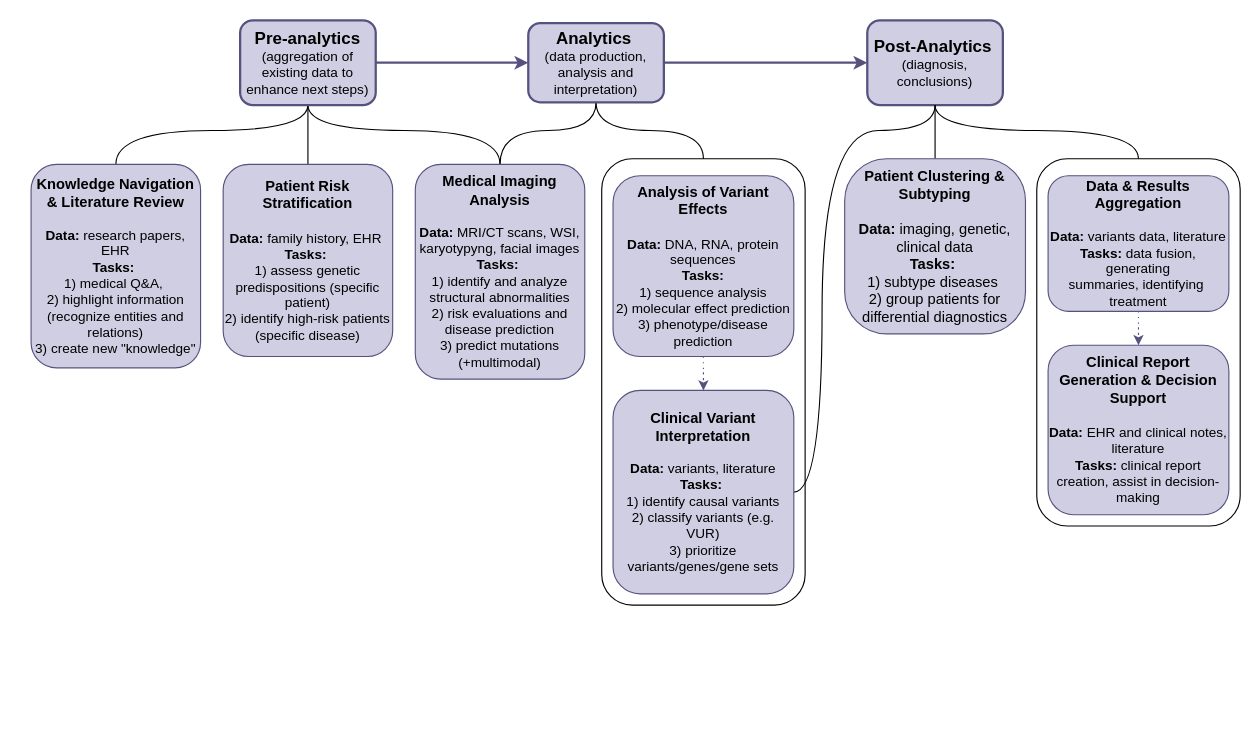
TohaRhymes/llm_in_diagnostics keeps this draw.io diagram as imgs/LLM_medical_v4.drawio. Above is the earlier version. Source tidied: cells renumbered, new cells numbered last; positions are measured from the earlier drawing's top-left corner, leaving out a move shared by most shapes. Both pictures are drawn from the tidied source at 113%, with x=0, y=0 at pixel (31, 19).
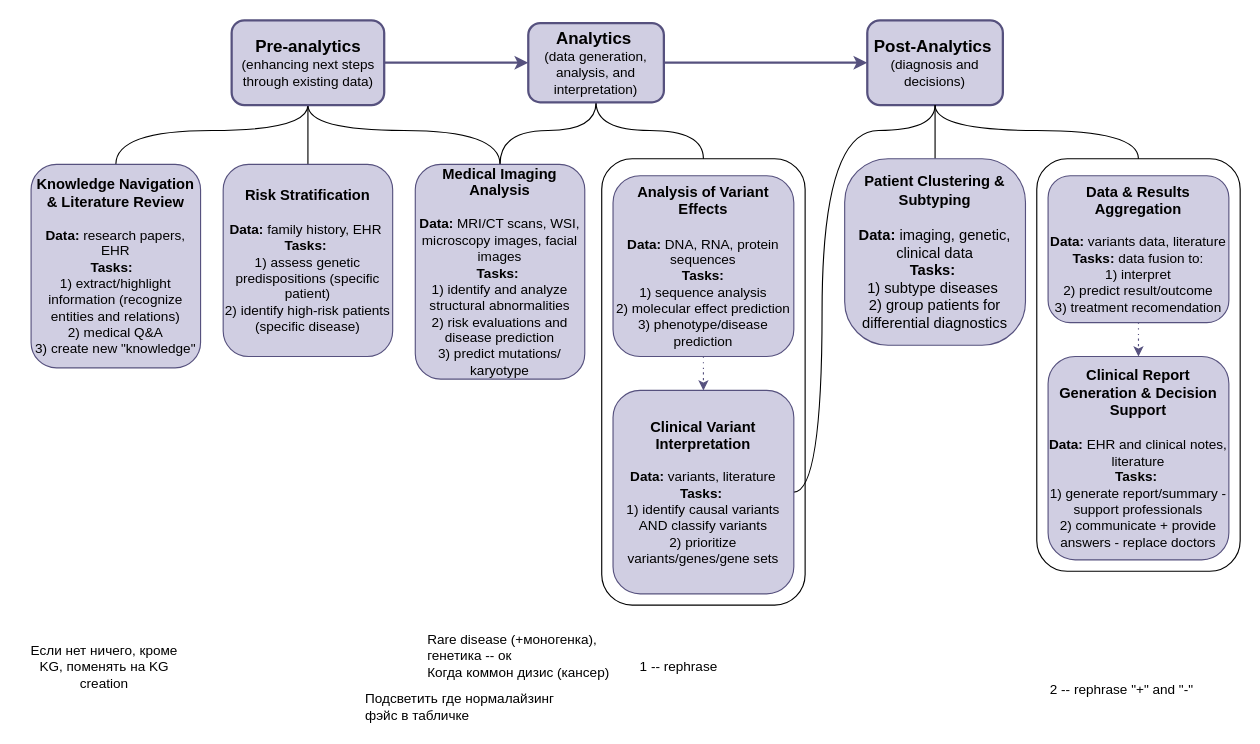
Above is the later version.

What changed in the source:
```diff
@@
-    <mxCell id="6" value="&lt;b&gt;&lt;font style=&quot;font-size: 15px;&quot;&gt;Analytics&lt;/font&gt;&lt;/b&gt;&amp;nbsp;&lt;div&gt;(data production, analysis and interpretation)&lt;/div&gt;" style="whiteSpace=wrap;html=1;fillColor=#d0cee2;strokeColor=#56517e;rounded=1;strokeWidth=2;" parent="1" vertex="1">
+    <mxCell id="6" value="&lt;b&gt;&lt;font style=&quot;font-size: 15px;&quot;&gt;Analytics&lt;/font&gt;&lt;/b&gt;&amp;nbsp;&lt;div&gt;(data generation, analysis, and interpretation)&lt;/div&gt;" style="whiteSpace=wrap;html=1;fillColor=#d0cee2;strokeColor=#56517e;rounded=1;strokeWidth=2;" parent="1" vertex="1">
       <mxGeometry x="440" y="3" width="120" height="70" as="geometry" />
     </mxCell>
@@
-    <mxCell id="8" value="&lt;font style=&quot;font-size: 15px;&quot;&gt;&lt;b&gt;Post-Analytics&lt;/b&gt;&lt;/font&gt;&amp;nbsp;&lt;div&gt;(diagnosis, conclusions)&lt;/div&gt;" style="rounded=1;whiteSpace=wrap;html=1;fillColor=#d0cee2;strokeColor=#56517e;strokeWidth=2;" parent="1" vertex="1">
+    <mxCell id="8" value="&lt;font style=&quot;font-size: 15px;&quot;&gt;&lt;b&gt;Post-Analytics&lt;/b&gt;&lt;/font&gt;&amp;nbsp;&lt;div&gt;(diagnosis and decisions)&lt;/div&gt;" style="rounded=1;whiteSpace=wrap;html=1;fillColor=#d0cee2;strokeColor=#56517e;strokeWidth=2;" parent="1" vertex="1">
       <mxGeometry x="740" y="0.5" width="120" height="75" as="geometry" />
     </mxCell>
@@
-    <mxCell id="12" value="&lt;b&gt;&lt;font style=&quot;font-size: 15px;&quot;&gt;Pre-analytics&lt;/font&gt;&lt;/b&gt;&lt;div&gt;&lt;font style=&quot;font-size: 12px;&quot;&gt;(aggregation of existing data to enhance next steps)&lt;/font&gt;&lt;/div&gt;" style="rounded=1;whiteSpace=wrap;html=1;fillColor=#d0cee2;strokeColor=#56517e;strokeWidth=2;" parent="1" vertex="1">
-      <mxGeometry x="185" y="0.5" width="120" height="75" as="geometry" />
+    <mxCell id="12" value="&lt;b&gt;&lt;font style=&quot;font-size: 15px;&quot;&gt;Pre-analytics&lt;/font&gt;&lt;/b&gt;&lt;div&gt;&lt;font style=&quot;font-size: 12px;&quot;&gt;(enhancing next steps through existing data)&lt;/font&gt;&lt;/div&gt;" style="rounded=1;whiteSpace=wrap;html=1;fillColor=#d0cee2;strokeColor=#56517e;strokeWidth=2;" parent="1" vertex="1">
+      <mxGeometry x="177.5" y="0.5" width="135" height="75" as="geometry" />
     </mxCell>
-    <mxCell id="13" value="&lt;div&gt;&lt;span style=&quot;font-size: 13px;&quot;&gt;&lt;b&gt;Patient Risk Stratification&lt;/b&gt;&lt;/span&gt;&lt;br&gt;&lt;/div&gt;&lt;div&gt;&lt;span style=&quot;font-size: 13px;&quot;&gt;&lt;b&gt;&lt;br&gt;&lt;/b&gt;&lt;/span&gt;&lt;/div&gt;&lt;div&gt;&lt;b&gt;Data:&lt;/b&gt;&amp;nbsp;&lt;span style=&quot;background-color: transparent;&quot;&gt;family history,&amp;nbsp;&lt;/span&gt;&lt;span style=&quot;background-color: transparent;&quot;&gt;EHR&amp;nbsp;&lt;/span&gt;&lt;/div&gt;&lt;div&gt;&lt;b&gt;Tasks:&amp;nbsp;&lt;/b&gt;&lt;/div&gt;&lt;div&gt;&lt;span style=&quot;background-color: transparent;&quot;&gt;1) assess genetic predispositions (specific patient)&lt;/span&gt;&lt;/div&gt;&lt;div&gt;&lt;span style=&quot;background-color: initial;&quot;&gt;2) identify high-risk patients (specific disease)&lt;br&gt;&lt;/span&gt;&lt;/div&gt;" style="whiteSpace=wrap;html=1;fillColor=#d0cee2;strokeColor=#56517e;rounded=1;" parent="1" vertex="1">
+    <mxCell id="13" value="&lt;div&gt;&lt;span style=&quot;font-size: 13px;&quot;&gt;&lt;b&gt;Risk Stratification&lt;/b&gt;&lt;/span&gt;&lt;br&gt;&lt;/div&gt;&lt;div&gt;&lt;span style=&quot;font-size: 13px;&quot;&gt;&lt;b&gt;&lt;br&gt;&lt;/b&gt;&lt;/span&gt;&lt;/div&gt;&lt;div&gt;&lt;b&gt;Data:&lt;/b&gt;&amp;nbsp;&lt;span style=&quot;background-color: transparent;&quot;&gt;family history,&amp;nbsp;&lt;/span&gt;&lt;span style=&quot;background-color: transparent;&quot;&gt;EHR&amp;nbsp;&lt;/span&gt;&lt;/div&gt;&lt;div&gt;&lt;b&gt;Tasks:&amp;nbsp;&lt;/b&gt;&lt;/div&gt;&lt;div&gt;&lt;span style=&quot;background-color: transparent;&quot;&gt;1) assess genetic predispositions (specific patient)&lt;/span&gt;&lt;/div&gt;&lt;div&gt;&lt;span style=&quot;background-color: initial;&quot;&gt;2) identify high-risk patients (specific disease)&lt;br&gt;&lt;/span&gt;&lt;/div&gt;" style="whiteSpace=wrap;html=1;fillColor=#d0cee2;strokeColor=#56517e;rounded=1;" parent="1" vertex="1">
       <mxGeometry x="170" y="128" width="150" height="170" as="geometry" />
     </mxCell>
-    <mxCell id="14" value="&lt;span style=&quot;font-size: 13px;&quot;&gt;&lt;b&gt;Knowledge Navigation &amp;amp; Literature Review&lt;/b&gt;&lt;/span&gt;&lt;br&gt;&lt;div&gt;&lt;br&gt;&lt;/div&gt;&lt;div style=&quot;&quot;&gt;&lt;b&gt;Data:&lt;/b&gt;&amp;nbsp;&lt;span style=&quot;background-color: initial;&quot;&gt;research papers, EHR&lt;/span&gt;&lt;/div&gt;&lt;div style=&quot;&quot;&gt;&lt;span style=&quot;background-color: initial;&quot;&gt;&lt;b&gt;Tasks:&lt;/b&gt;&amp;nbsp;&lt;/span&gt;&lt;/div&gt;&lt;div style=&quot;&quot;&gt;&lt;span style=&quot;background-color: initial;&quot;&gt;1) medical Q&amp;amp;A,&amp;nbsp;&lt;/span&gt;&lt;/div&gt;&lt;div style=&quot;&quot;&gt;&lt;span style=&quot;background-color: initial;&quot;&gt;2) highlight information (recognize entities and relations)&lt;/span&gt;&lt;/div&gt;&lt;div style=&quot;&quot;&gt;&lt;span style=&quot;background-color: initial;&quot;&gt;3) create new &quot;knowledge&quot;&lt;/span&gt;&lt;/div&gt;" style="whiteSpace=wrap;html=1;fillColor=#d0cee2;strokeColor=#56517e;rounded=1;" parent="1" vertex="1">
+    <mxCell id="14" value="&lt;span style=&quot;font-size: 13px;&quot;&gt;&lt;b&gt;Knowledge Navigation &amp;amp; Literature Review&lt;/b&gt;&lt;/span&gt;&lt;br&gt;&lt;div&gt;&lt;br&gt;&lt;/div&gt;&lt;div style=&quot;&quot;&gt;&lt;b&gt;Data:&lt;/b&gt;&amp;nbsp;&lt;span style=&quot;background-color: initial;&quot;&gt;research papers, EHR&lt;/span&gt;&lt;/div&gt;&lt;div style=&quot;&quot;&gt;&lt;span style=&quot;background-color: initial;&quot;&gt;&lt;b&gt;Tasks:&lt;/b&gt;&amp;nbsp;&lt;/span&gt;&lt;span style=&quot;background-color: initial;&quot;&gt;&amp;nbsp;&lt;/span&gt;&lt;/div&gt;&lt;div style=&quot;&quot;&gt;&lt;span style=&quot;background-color: initial;&quot;&gt;1) extract/highlight information (recognize entities and relations)&lt;/span&gt;&lt;/div&gt;2) medical Q&amp;amp;A&lt;div style=&quot;&quot;&gt;&lt;span style=&quot;background-color: initial;&quot;&gt;3) create new &quot;knowledge&quot;&lt;/span&gt;&lt;/div&gt;" style="whiteSpace=wrap;html=1;fillColor=#d0cee2;strokeColor=#56517e;rounded=1;" parent="1" vertex="1">
       <mxGeometry y="128" width="150" height="180" as="geometry" />
     </mxCell>
@@
-    <mxCell id="17" value="&lt;span style=&quot;font-size: 13px;&quot;&gt;&lt;b&gt;Clinical Variant Interpretation&lt;/b&gt;&lt;/span&gt;&lt;br&gt;&lt;div&gt;&lt;div&gt;&lt;br&gt;&lt;/div&gt;&lt;div&gt;&lt;b&gt;Data:&lt;/b&gt;&amp;nbsp;variants, literature&lt;/div&gt;&lt;div&gt;&lt;b&gt;Tasks:&lt;/b&gt;&amp;nbsp;&lt;/div&gt;&lt;div&gt;1) identify causal variants&lt;/div&gt;&lt;div&gt;2) classify variants (e.g. VUR)&lt;/div&gt;&lt;div&gt;3) prioritize variants/genes/gene sets&lt;/div&gt;&lt;/div&gt;" style="whiteSpace=wrap;html=1;fillColor=#d0cee2;strokeColor=#56517e;rounded=1;" parent="1" vertex="1">
+    <mxCell id="17" value="&lt;span style=&quot;font-size: 13px;&quot;&gt;&lt;b&gt;Clinical Variant Interpretation&lt;/b&gt;&lt;/span&gt;&lt;br&gt;&lt;div&gt;&lt;div&gt;&lt;br&gt;&lt;/div&gt;&lt;div&gt;&lt;b&gt;Data:&lt;/b&gt;&amp;nbsp;variants, literature&lt;/div&gt;&lt;div&gt;&lt;b&gt;Tasks:&lt;/b&gt;&amp;nbsp;&lt;/div&gt;&lt;div&gt;1) identify causal variants AND&lt;span style=&quot;background-color: transparent;&quot;&gt;&amp;nbsp;classify variants&lt;/span&gt;&lt;/div&gt;&lt;div&gt;2) prioritize variants/genes/gene sets&lt;/div&gt;&lt;/div&gt;" style="whiteSpace=wrap;html=1;fillColor=#d0cee2;strokeColor=#56517e;rounded=1;" parent="1" vertex="1">
       <mxGeometry x="515" y="328" width="160" height="180" as="geometry" />
     </mxCell>
-    <mxCell id="18" value="&lt;span style=&quot;font-size: 13px;&quot;&gt;&lt;b&gt;Medical Imaging Analysis&lt;/b&gt;&lt;/span&gt;&lt;br&gt;&lt;div&gt;&lt;div&gt;&lt;br&gt;&lt;/div&gt;&lt;div&gt;&lt;b&gt;Data:&lt;/b&gt;&amp;nbsp;MRI/CT scans, WSI, karyotypyng, facial images&lt;/div&gt;&lt;div&gt;&lt;b&gt;Tasks:&lt;/b&gt;&amp;nbsp;&lt;/div&gt;&lt;div&gt;1) identify and analyze structural abnormalities&lt;/div&gt;&lt;div&gt;2) risk evaluations and disease prediction&lt;/div&gt;&lt;/div&gt;&lt;div&gt;3) predict mutations (+multimodal)&lt;/div&gt;" style="whiteSpace=wrap;html=1;fillColor=#d0cee2;strokeColor=#56517e;rounded=1;" parent="1" vertex="1">
+    <mxCell id="18" value="&lt;span style=&quot;font-size: 13px;&quot;&gt;&lt;b&gt;Medical Imaging Analysis&lt;/b&gt;&lt;/span&gt;&lt;br&gt;&lt;div&gt;&lt;div&gt;&lt;br&gt;&lt;/div&gt;&lt;div&gt;&lt;b&gt;Data:&lt;/b&gt;&amp;nbsp;MRI/CT scans, WSI, microscopy images, facial images&lt;/div&gt;&lt;div&gt;&lt;b&gt;Tasks:&lt;/b&gt;&amp;nbsp;&lt;/div&gt;&lt;div&gt;1) identify and analyze structural abnormalities&lt;/div&gt;&lt;div&gt;2) risk evaluations and disease prediction&lt;/div&gt;&lt;/div&gt;&lt;div&gt;3) predict mutations/ karyotype&lt;/div&gt;" style="whiteSpace=wrap;html=1;fillColor=#d0cee2;strokeColor=#56517e;rounded=1;" parent="1" vertex="1">
       <mxGeometry x="340" y="128" width="150" height="190" as="geometry" />
     </mxCell>
@@
     <mxCell id="20" style="rounded=1;whiteSpace=wrap;html=1;" parent="1" vertex="1">
-      <mxGeometry x="890" y="123" width="180" height="325" as="geometry" />
+      <mxGeometry x="890" y="123" width="180" height="365" as="geometry" />
     </mxCell>
@@
-    <mxCell id="24" value="&lt;span style=&quot;font-size: 13px;&quot;&gt;&lt;b&gt;Data &amp;amp; Results Aggregation&lt;/b&gt;&lt;/span&gt;&lt;br&gt;&lt;div&gt;&lt;div&gt;&lt;br&gt;&lt;/div&gt;&lt;div&gt;&lt;b&gt;Data:&lt;/b&gt;&amp;nbsp;variants data, literature&lt;/div&gt;&lt;div&gt;&lt;b&gt;Tasks:&lt;/b&gt;&amp;nbsp;data fusion, generating summaries,&amp;nbsp;identifying&amp;nbsp; treatment&lt;/div&gt;&lt;/div&gt;" style="whiteSpace=wrap;html=1;fillColor=#d0cee2;strokeColor=#56517e;rounded=1;" parent="1" vertex="1">
-      <mxGeometry x="900" y="138" width="160" height="120" as="geometry" />
+    <mxCell id="24" value="&lt;span style=&quot;font-size: 13px;&quot;&gt;&lt;b&gt;Data &amp;amp; Results Aggregation&lt;/b&gt;&lt;/span&gt;&lt;br&gt;&lt;div&gt;&lt;div&gt;&lt;br&gt;&lt;/div&gt;&lt;div&gt;&lt;b&gt;Data:&lt;/b&gt;&amp;nbsp;variants data, literature&lt;/div&gt;&lt;div&gt;&lt;b&gt;Tasks:&lt;/b&gt;&amp;nbsp;data fusion to:&lt;/div&gt;&lt;div&gt;1) interpret&lt;/div&gt;&lt;div&gt;2) predict result/outcome&lt;/div&gt;&lt;div&gt;&lt;span style=&quot;background-color: transparent;&quot;&gt;3) treatment recomendation&lt;/span&gt;&lt;/div&gt;&lt;/div&gt;" style="whiteSpace=wrap;html=1;fillColor=#d0cee2;strokeColor=#56517e;rounded=1;" parent="1" vertex="1">
+      <mxGeometry x="900" y="138" width="160" height="130" as="geometry" />
     </mxCell>
-    <mxCell id="25" value="&lt;span style=&quot;font-size: 13px;&quot;&gt;&lt;b&gt;Clinical Report Generation &amp;amp; Decision Support&lt;/b&gt;&lt;/span&gt;&lt;br&gt;&lt;div style=&quot;&quot;&gt;&lt;div style=&quot;font-size: 13px;&quot;&gt;&lt;br&gt;&lt;/div&gt;&lt;div style=&quot;&quot;&gt;&lt;font style=&quot;font-size: 12px;&quot;&gt;&lt;b style=&quot;&quot;&gt;Data:&lt;/b&gt;&amp;nbsp;EHR and clinical notes, literature&lt;/font&gt;&lt;/div&gt;&lt;div style=&quot;&quot;&gt;&lt;font style=&quot;font-size: 12px;&quot;&gt;&lt;b style=&quot;&quot;&gt;Tasks:&lt;/b&gt;&amp;nbsp;clinical report creation, assist in decision-making&lt;/font&gt;&lt;/div&gt;&lt;/div&gt;" style="whiteSpace=wrap;html=1;fillColor=#d0cee2;strokeColor=#56517e;rounded=1;" parent="1" vertex="1">
-      <mxGeometry x="900" y="288" width="160" height="150" as="geometry" />
+    <mxCell id="25" value="&lt;span style=&quot;font-size: 13px;&quot;&gt;&lt;b&gt;Clinical Report Generation &amp;amp; Decision Support&lt;/b&gt;&lt;/span&gt;&lt;br&gt;&lt;div style=&quot;&quot;&gt;&lt;div style=&quot;font-size: 13px;&quot;&gt;&lt;br&gt;&lt;/div&gt;&lt;div style=&quot;&quot;&gt;&lt;font style=&quot;font-size: 12px;&quot;&gt;&lt;b style=&quot;&quot;&gt;Data:&lt;/b&gt;&amp;nbsp;EHR and clinical notes, literature&lt;/font&gt;&lt;/div&gt;&lt;div style=&quot;&quot;&gt;&lt;font style=&quot;font-size: 12px;&quot;&gt;&lt;b style=&quot;&quot;&gt;Tasks:&lt;/b&gt;&amp;nbsp;&lt;/font&gt;&lt;/div&gt;&lt;div style=&quot;&quot;&gt;&lt;font style=&quot;font-size: 12px;&quot;&gt;1) generate report/summary - support professionals&lt;/font&gt;&lt;/div&gt;&lt;div style=&quot;&quot;&gt;&lt;font style=&quot;font-size: 12px;&quot;&gt;2) communicate + provide answers - replace doctors&lt;/font&gt;&lt;/div&gt;&lt;/div&gt;" style="whiteSpace=wrap;html=1;fillColor=#d0cee2;strokeColor=#56517e;rounded=1;" parent="1" vertex="1">
+      <mxGeometry x="900" y="298" width="160" height="180" as="geometry" />
     </mxCell>
     <mxCell id="26" value="&lt;span style=&quot;font-size: 13px;&quot;&gt;&lt;b&gt;Patient Clustering &amp;amp; Subtyping&lt;/b&gt;&lt;/span&gt;&lt;br&gt;&lt;div style=&quot;font-size: 13px;&quot;&gt;&lt;div&gt;&lt;br&gt;&lt;/div&gt;&lt;div&gt;&lt;b&gt;Data:&lt;/b&gt;&amp;nbsp;imaging, genetic, clinical data&lt;/div&gt;&lt;div&gt;&lt;b&gt;Tasks:&lt;/b&gt;&amp;nbsp;&lt;/div&gt;&lt;div&gt;1) subtype diseases&amp;nbsp;&lt;/div&gt;&lt;div&gt;2) group patients for differential diagnostics&lt;/div&gt;&lt;/div&gt;" style="whiteSpace=wrap;html=1;fillColor=#d0cee2;strokeColor=#56517e;rounded=1;arcSize=24;" parent="1" vertex="1">
-      <mxGeometry x="720" y="123" width="160" height="155" as="geometry" />
+      <mxGeometry x="720" y="123" width="160" height="165" as="geometry" />
     </mxCell>
+    <mxCell id="27" value="Если нет ничего, кроме KG, поменять на KG creation" style="text;html=1;align=center;verticalAlign=middle;whiteSpace=wrap;rounded=0;" parent="1" vertex="1">
+      <mxGeometry x="-10" y="558" width="150" height="30" as="geometry" />
+    </mxCell>
+    <mxCell id="28" value="Rare disease (+моногенка), генетика -- ок&lt;div&gt;Когда коммон дизис (кансер)&amp;nbsp;&amp;nbsp;&lt;/div&gt;" style="text;html=1;align=left;verticalAlign=middle;whiteSpace=wrap;rounded=0;" parent="1" vertex="1">
+      <mxGeometry x="349" y="548" width="170" height="30" as="geometry" />
+    </mxCell>
+    <mxCell id="29" value="Подсветить где нормалайзинг фэйс в табличке" style="text;html=1;align=left;verticalAlign=middle;whiteSpace=wrap;rounded=0;" parent="1" vertex="1">
+      <mxGeometry x="294" y="593" width="170" height="30" as="geometry" />
+    </mxCell>
+    <mxCell id="30" value="1 -- rephrase" style="text;html=1;align=left;verticalAlign=middle;whiteSpace=wrap;rounded=0;" parent="1" vertex="1">
+      <mxGeometry x="537" y="558" width="170" height="30" as="geometry" />
+    </mxCell>
+    <mxCell id="31" value="2 -- rephrase &quot;+&quot; and &quot;-&quot;" style="text;html=1;align=left;verticalAlign=middle;whiteSpace=wrap;rounded=0;" parent="1" vertex="1">
+      <mxGeometry x="900" y="578" width="170" height="30" as="geometry" />
+    </mxCell>
+    <mxCell id="32" style="edgeStyle=orthogonalEdgeStyle;rounded=0;orthogonalLoop=1;jettySize=auto;html=1;exitX=0.5;exitY=1;exitDx=0;exitDy=0;" parent="1" edge="1" source="28" target="28">
+      <mxGeometry relative="1" as="geometry" />
+    </mxCell>
```
